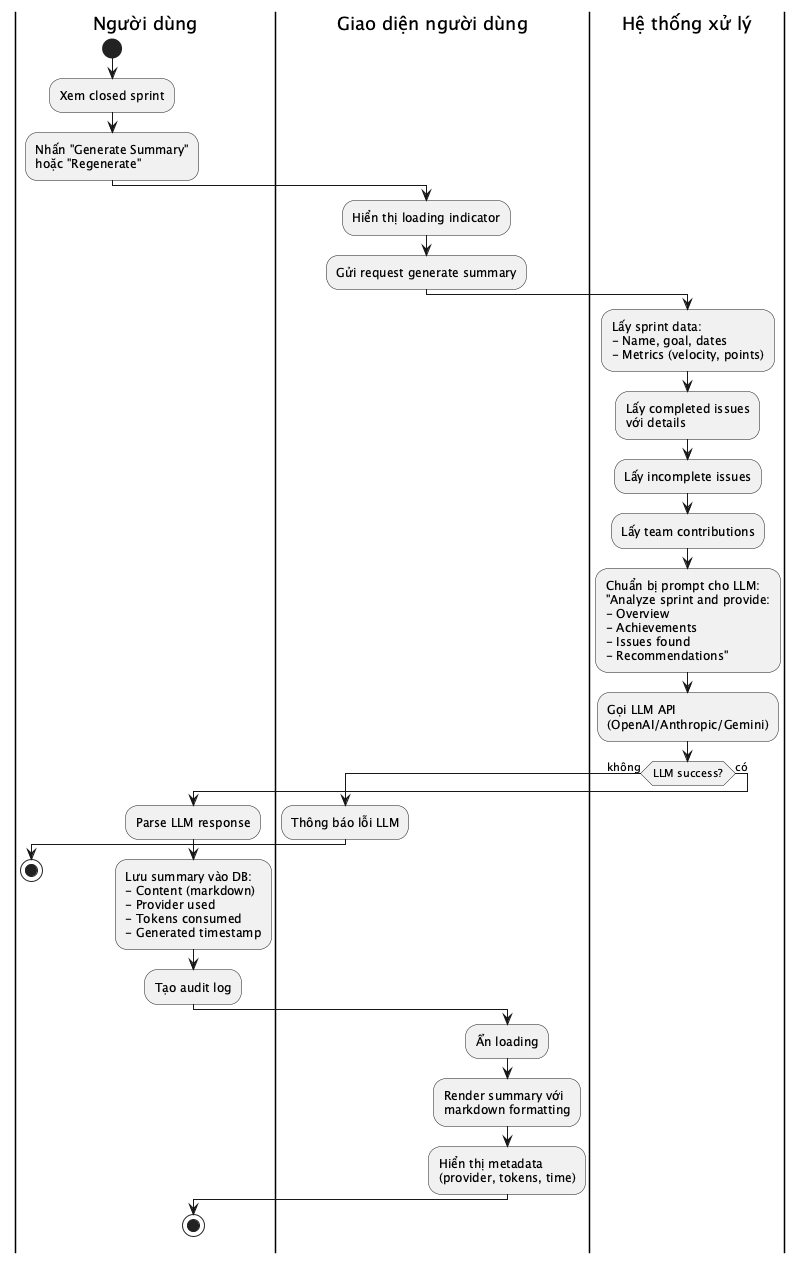
The PlantUML diagram reports/dat-examples/report/images/act_generate_sprint_summary.png in toantran292/datn, before a commit. Source of this version:
```plantuml
@startuml act_generate_sprint_summary
|Người dùng|
start
:Xem closed sprint;
:Nhấn "Generate Summary"
hoặc "Regenerate";
|Giao diện người dùng|
:Hiển thị loading indicator;
:Gửi request generate summary;
|Hệ thống xử lý|
:Lấy sprint data:
- Name, goal, dates
- Metrics (velocity, points);
:Lấy completed issues
với details;
:Lấy incomplete issues;
:Lấy team contributions;
:Chuẩn bị prompt cho LLM:
"Analyze sprint and provide:
- Overview
- Achievements
- Issues found
- Recommendations";
:Gọi LLM API
(OpenAI/Anthropic/Gemini);
if (LLM success?) then (không)
  |Giao diện người dùng|
  :Thông báo lỗi LLM;
  |Người dùng|
  stop
else (có)
  :Parse LLM response;
  :Lưu summary vào DB:
  - Content (markdown)
  - Provider used
  - Tokens consumed
  - Generated timestamp;
  :Tạo audit log;
  |Giao diện người dùng|
  :Ẩn loading;
  :Render summary với
  markdown formatting;
  :Hiển thị metadata
  (provider, tokens, time);
  |Người dùng|
  stop
endif
@enduml
```
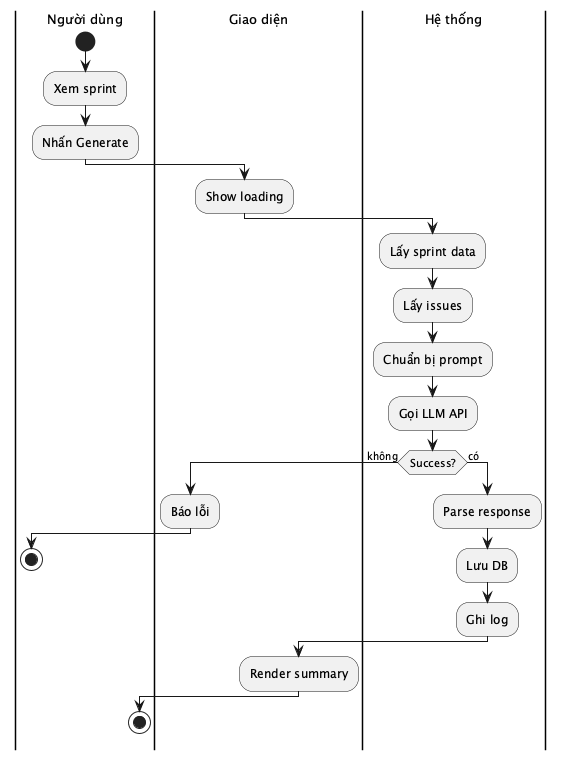
The same file after the commit.

The edit, as a diff of the source:
```diff
@@ -1,47 +1,36 @@
 @startuml act_generate_sprint_summary
+skinparam defaultFontSize 13
+skinparam activityFontSize 12
+skinparam activityDiamondFontSize 11
+skinparam activityArrowFontSize 10
+skinparam partitionFontSize 13
+
 |Người dùng|
 start
-:Xem closed sprint;
-:Nhấn "Generate Summary"
-hoặc "Regenerate";
-|Giao diện người dùng|
-:Hiển thị loading indicator;
-:Gửi request generate summary;
-|Hệ thống xử lý|
-:Lấy sprint data:
-- Name, goal, dates
-- Metrics (velocity, points);
-:Lấy completed issues
-với details;
-:Lấy incomplete issues;
-:Lấy team contributions;
-:Chuẩn bị prompt cho LLM:
-"Analyze sprint and provide:
-- Overview
-- Achievements
-- Issues found
-- Recommendations";
-:Gọi LLM API
-(OpenAI/Anthropic/Gemini);
-if (LLM success?) then (không)
-  |Giao diện người dùng|
-  :Thông báo lỗi LLM;
+:Xem sprint;
+:Nhấn Generate;
+
+|Giao diện|
+:Show loading;
+
+|Hệ thống|
+:Lấy sprint data;
+:Lấy issues;
+:Chuẩn bị prompt;
+:Gọi LLM API;
+
+if (Success?) then (không)
+  |Giao diện|
+  :Báo lỗi;
   |Người dùng|
   stop
 else (có)
-  :Parse LLM response;
-  :Lưu summary vào DB:
-  - Content (markdown)
-  - Provider used
-  - Tokens consumed
-  - Generated timestamp;
-  :Tạo audit log;
-  |Giao diện người dùng|
-  :Ẩn loading;
-  :Render summary với
-  markdown formatting;
-  :Hiển thị metadata
-  (provider, tokens, time);
+  |Hệ thống|
+  :Parse response;
+  :Lưu DB;
+  :Ghi log;
+  |Giao diện|
+  :Render summary;
   |Người dùng|
   stop
 endif
```
